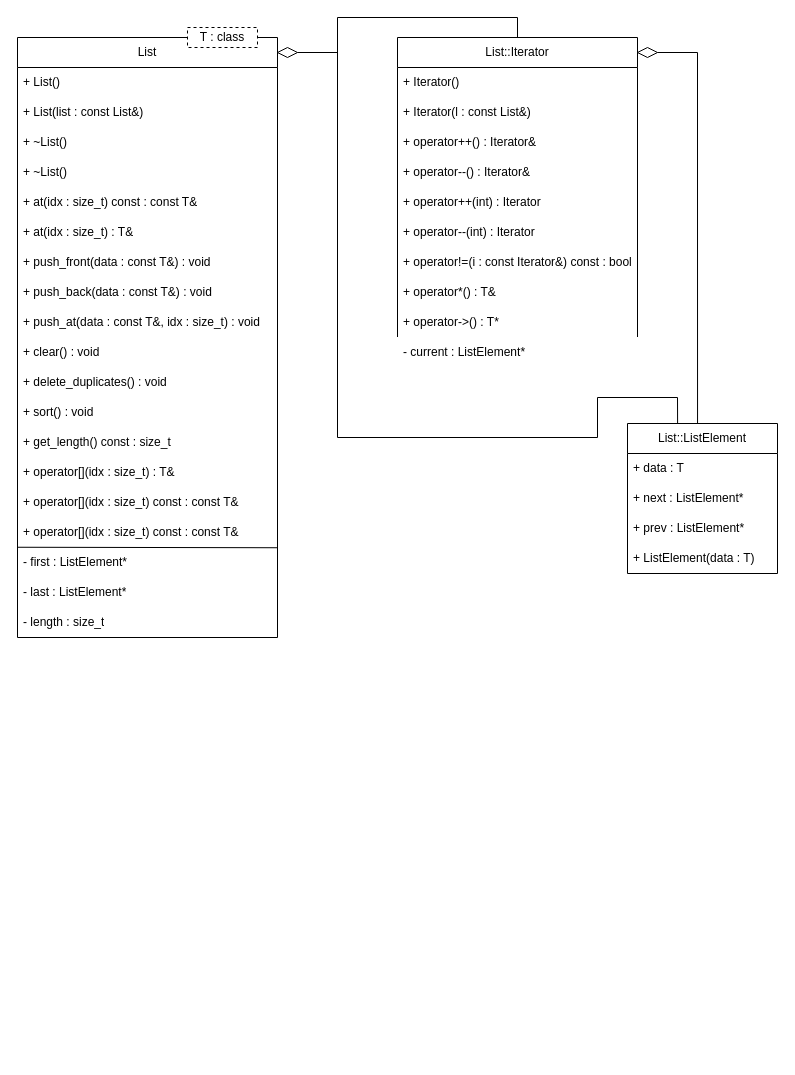
Before: Docs/Linked_List.drawio in peterzagyvai/Prog2_NHF_Generikus_Lista, a draw.io diagram. Source tidied: cells renumbered, new cells numbered last; positions are measured from the earlier drawing's top-left corner, leaving out a move shared by most shapes. Both pictures are drawn from the tidied source at 100%, with x=0, y=0 at pixel (17, 17).
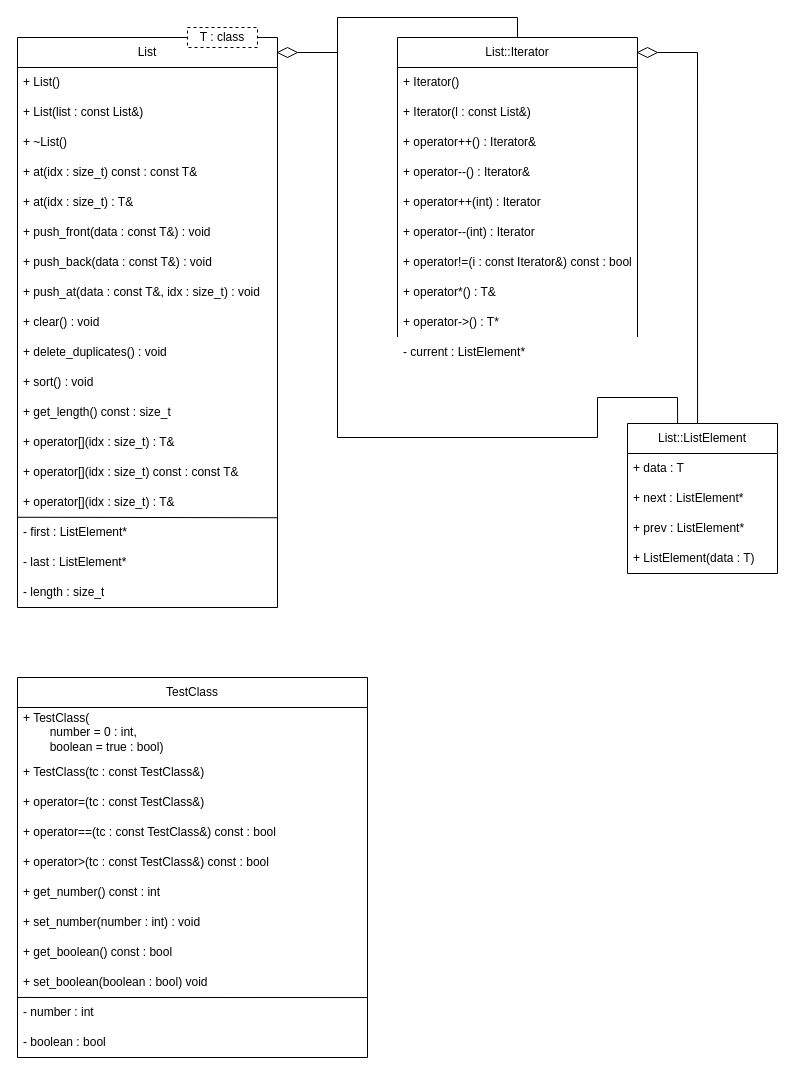
The same diagram, later.

The edit, as a diff of the source:
```diff
@@
     <mxCell id="2" value="List" style="swimlane;fontStyle=0;horizontal=1;startSize=30;whiteSpace=wrap;html=1;" parent="1" vertex="1">
-      <mxGeometry y="20" width="260" height="600" as="geometry" />
+      <mxGeometry y="20" width="260" height="570" as="geometry" />
     </mxCell>
@@
-    <mxCell id="6" value="+ ~List()" style="text;strokeColor=none;fillColor=none;align=left;verticalAlign=middle;spacingLeft=4;spacingRight=4;overflow=hidden;whiteSpace=wrap;html=1;" parent="2" vertex="1">
-      <mxGeometry y="120" width="260" height="30" as="geometry" />
-    </mxCell>
     <mxCell id="7" value="+ at(idx : size_t) const : const T&amp;amp;" style="text;strokeColor=none;fillColor=none;align=left;verticalAlign=middle;spacingLeft=4;spacingRight=4;overflow=hidden;whiteSpace=wrap;html=1;" parent="2" vertex="1">
-      <mxGeometry y="150" width="260" height="30" as="geometry" />
+      <mxGeometry y="120" width="260" height="30" as="geometry" />
     </mxCell>
     <mxCell id="8" value="+ at(idx : size_t) : T&amp;amp;" style="text;strokeColor=none;fillColor=none;align=left;verticalAlign=middle;spacingLeft=4;spacingRight=4;overflow=hidden;whiteSpace=wrap;html=1;" parent="2" vertex="1">
-      <mxGeometry y="180" width="260" height="30" as="geometry" />
+      <mxGeometry y="150" width="260" height="30" as="geometry" />
     </mxCell>
     <mxCell id="9" value="+ push_front(data : const T&amp;amp;) : void" style="text;strokeColor=none;fillColor=none;align=left;verticalAlign=middle;spacingLeft=4;spacingRight=4;overflow=hidden;whiteSpace=wrap;html=1;" parent="2" vertex="1">
-      <mxGeometry y="210" width="260" height="30" as="geometry" />
+      <mxGeometry y="180" width="260" height="30" as="geometry" />
     </mxCell>
     <mxCell id="10" value="+ push_back(data : const T&amp;amp;) : void" style="text;strokeColor=none;fillColor=none;align=left;verticalAlign=middle;spacingLeft=4;spacingRight=4;overflow=hidden;whiteSpace=wrap;html=1;" parent="2" vertex="1">
-      <mxGeometry y="240" width="260" height="30" as="geometry" />
+      <mxGeometry y="210" width="260" height="30" as="geometry" />
     </mxCell>
     <mxCell id="11" value="+ push_at(data : const T&amp;amp;, idx : size_t) : void" style="text;strokeColor=none;fillColor=none;align=left;verticalAlign=middle;spacingLeft=4;spacingRight=4;overflow=hidden;whiteSpace=wrap;html=1;" parent="2" vertex="1">
-      <mxGeometry y="270" width="260" height="30" as="geometry" />
+      <mxGeometry y="240" width="260" height="30" as="geometry" />
     </mxCell>
     <mxCell id="12" value="+ clear() : void" style="text;strokeColor=none;fillColor=none;align=left;verticalAlign=middle;spacingLeft=4;spacingRight=4;overflow=hidden;whiteSpace=wrap;html=1;" parent="2" vertex="1">
-      <mxGeometry y="300" width="260" height="30" as="geometry" />
+      <mxGeometry y="270" width="260" height="30" as="geometry" />
     </mxCell>
     <mxCell id="13" value="+ delete_duplicates() : void" style="text;strokeColor=none;fillColor=none;align=left;verticalAlign=middle;spacingLeft=4;spacingRight=4;overflow=hidden;whiteSpace=wrap;html=1;" parent="2" vertex="1">
-      <mxGeometry y="330" width="260" height="30" as="geometry" />
+      <mxGeometry y="300" width="260" height="30" as="geometry" />
     </mxCell>
     <mxCell id="14" value="+ sort() : void" style="text;strokeColor=none;fillColor=none;align=left;verticalAlign=middle;spacingLeft=4;spacingRight=4;overflow=hidden;whiteSpace=wrap;html=1;" parent="2" vertex="1">
-      <mxGeometry y="360" width="260" height="30" as="geometry" />
+      <mxGeometry y="330" width="260" height="30" as="geometry" />
     </mxCell>
     <mxCell id="15" value="+ get_length() const : size_t" style="text;strokeColor=none;fillColor=none;align=left;verticalAlign=middle;spacingLeft=4;spacingRight=4;overflow=hidden;whiteSpace=wrap;html=1;" parent="2" vertex="1">
-      <mxGeometry y="390" width="260" height="30" as="geometry" />
+      <mxGeometry y="360" width="260" height="30" as="geometry" />
     </mxCell>
     <mxCell id="16" value="+ operator[](idx : size_t) : T&amp;amp;" style="text;strokeColor=none;fillColor=none;align=left;verticalAlign=middle;spacingLeft=4;spacingRight=4;overflow=hidden;whiteSpace=wrap;html=1;" parent="2" vertex="1">
-      <mxGeometry y="420" width="260" height="30" as="geometry" />
+      <mxGeometry y="390" width="260" height="30" as="geometry" />
     </mxCell>
     <mxCell id="17" value="+ operator[](idx : size_t) const : const T&amp;amp;" style="text;strokeColor=none;fillColor=none;align=left;verticalAlign=middle;spacingLeft=4;spacingRight=4;overflow=hidden;whiteSpace=wrap;html=1;" parent="2" vertex="1">
-      <mxGeometry y="450" width="260" height="30" as="geometry" />
+      <mxGeometry y="420" width="260" height="30" as="geometry" />
     </mxCell>
-    <mxCell id="18" value="+ operator[](idx : size_t) const : const T&amp;amp;" style="text;strokeColor=none;fillColor=none;align=left;verticalAlign=middle;spacingLeft=4;spacingRight=4;overflow=hidden;points=[[0,0.5],[1,0.5]];portConstraint=eastwest;whiteSpace=wrap;html=1;" parent="2" vertex="1">
-      <mxGeometry y="480" width="260" height="30" as="geometry" />
+    <mxCell id="18" value="+ operator[](idx : size_t) : T&amp;amp;" style="text;strokeColor=none;fillColor=none;align=left;verticalAlign=middle;spacingLeft=4;spacingRight=4;overflow=hidden;points=[[0,0.5],[1,0.5]];portConstraint=eastwest;whiteSpace=wrap;html=1;" parent="2" vertex="1">
+      <mxGeometry y="450" width="260" height="30" as="geometry" />
     </mxCell>
@@
     <mxCell id="20" value="- first : ListElement*" style="text;strokeColor=none;fillColor=none;align=left;verticalAlign=middle;spacingLeft=4;spacingRight=4;overflow=hidden;points=[[0,0.5],[1,0.5]];portConstraint=eastwest;whiteSpace=wrap;html=1;" parent="2" vertex="1">
-      <mxGeometry y="510" width="260" height="30" as="geometry" />
+      <mxGeometry y="480" width="260" height="30" as="geometry" />
     </mxCell>
     <mxCell id="21" value="- last : ListElement*" style="text;strokeColor=none;fillColor=none;align=left;verticalAlign=middle;spacingLeft=4;spacingRight=4;overflow=hidden;whiteSpace=wrap;html=1;" parent="2" vertex="1">
-      <mxGeometry y="540" width="260" height="30" as="geometry" />
+      <mxGeometry y="510" width="260" height="30" as="geometry" />
     </mxCell>
     <mxCell id="22" value="- length : size_t" style="text;strokeColor=none;fillColor=none;align=left;verticalAlign=middle;spacingLeft=4;spacingRight=4;overflow=hidden;whiteSpace=wrap;html=1;" parent="2" vertex="1">
-      <mxGeometry y="570" width="260" height="30" as="geometry" />
+      <mxGeometry y="540" width="260" height="30" as="geometry" />
     </mxCell>
@@
+    <mxCell id="45" value="TestClass" style="swimlane;fontStyle=0;horizontal=1;startSize=30;whiteSpace=wrap;html=1;" parent="1" vertex="1">
+      <mxGeometry y="660" width="350" height="380" as="geometry" />
+    </mxCell>
+    <mxCell id="46" value="+ TestClass(&lt;div&gt;&lt;span style=&quot;white-space: pre;&quot;&gt;&#9;&lt;/span&gt;number = 0 : int,&lt;/div&gt;&lt;div&gt;&lt;span style=&quot;white-space: pre;&quot;&gt;&#9;&lt;/span&gt;boolean = true : bool&lt;span style=&quot;background-color: initial;&quot;&gt;)&lt;/span&gt;&lt;/div&gt;" style="text;strokeColor=none;fillColor=none;align=left;verticalAlign=middle;spacingLeft=4;spacingRight=4;overflow=hidden;whiteSpace=wrap;html=1;" parent="45" vertex="1">
+      <mxGeometry y="30" width="350" height="50" as="geometry" />
+    </mxCell>
+    <mxCell id="47" value="+ TestClass(tc : const TestClass&amp;amp;)" style="text;strokeColor=none;fillColor=none;align=left;verticalAlign=middle;spacingLeft=4;spacingRight=4;overflow=hidden;whiteSpace=wrap;html=1;" parent="45" vertex="1">
+      <mxGeometry y="80" width="350" height="30" as="geometry" />
+    </mxCell>
+    <mxCell id="48" value="+ operator=(tc : const TestClass&amp;amp;)" style="text;strokeColor=none;fillColor=none;align=left;verticalAlign=middle;spacingLeft=4;spacingRight=4;overflow=hidden;whiteSpace=wrap;html=1;" parent="45" vertex="1">
+      <mxGeometry y="110" width="350" height="30" as="geometry" />
+    </mxCell>
+    <mxCell id="49" value="+ operator==(tc : const TestClass&amp;amp;) const : bool" style="text;strokeColor=none;fillColor=none;align=left;verticalAlign=middle;spacingLeft=4;spacingRight=4;overflow=hidden;whiteSpace=wrap;html=1;" parent="45" vertex="1">
+      <mxGeometry y="140" width="350" height="30" as="geometry" />
+    </mxCell>
+    <mxCell id="50" value="+ operator&amp;gt;(tc : const TestClass&amp;amp;) const : bool" style="text;strokeColor=none;fillColor=none;align=left;verticalAlign=middle;spacingLeft=4;spacingRight=4;overflow=hidden;whiteSpace=wrap;html=1;" parent="45" vertex="1">
+      <mxGeometry y="170" width="350" height="30" as="geometry" />
+    </mxCell>
+    <mxCell id="51" value="+ get_number() const : int" style="text;strokeColor=none;fillColor=none;align=left;verticalAlign=middle;spacingLeft=4;spacingRight=4;overflow=hidden;whiteSpace=wrap;html=1;" parent="45" vertex="1">
+      <mxGeometry y="200" width="350" height="30" as="geometry" />
+    </mxCell>
+    <mxCell id="52" value="+ set_number(number : int) : void" style="text;strokeColor=none;fillColor=none;align=left;verticalAlign=middle;spacingLeft=4;spacingRight=4;overflow=hidden;whiteSpace=wrap;html=1;" parent="45" vertex="1">
+      <mxGeometry y="230" width="350" height="30" as="geometry" />
+    </mxCell>
+    <mxCell id="53" value="+ get_boolean() const : bool" style="text;strokeColor=none;fillColor=none;align=left;verticalAlign=middle;spacingLeft=4;spacingRight=4;overflow=hidden;whiteSpace=wrap;html=1;" parent="45" vertex="1">
+      <mxGeometry y="260" width="350" height="30" as="geometry" />
+    </mxCell>
+    <mxCell id="54" value="+ set_boolean(boolean : bool) void" style="text;strokeColor=none;fillColor=none;align=left;verticalAlign=middle;spacingLeft=4;spacingRight=4;overflow=hidden;whiteSpace=wrap;html=1;" parent="45" vertex="1">
+      <mxGeometry y="290" width="350" height="30" as="geometry" />
+    </mxCell>
+    <mxCell id="55" value="- number : int" style="text;strokeColor=none;fillColor=none;align=left;verticalAlign=middle;spacingLeft=4;spacingRight=4;overflow=hidden;points=[[0,0.5],[1,0.5]];portConstraint=eastwest;whiteSpace=wrap;html=1;" parent="45" vertex="1">
+      <mxGeometry y="320" width="350" height="30" as="geometry" />
+    </mxCell>
+    <mxCell id="56" value="- boolean : bool" style="text;strokeColor=none;fillColor=none;align=left;verticalAlign=middle;spacingLeft=4;spacingRight=4;overflow=hidden;whiteSpace=wrap;html=1;" parent="45" vertex="1">
+      <mxGeometry y="350" width="350" height="30" as="geometry" />
+    </mxCell>
+    <mxCell id="57" style="endArrow=none;html=1;rounded=0;exitX=0;exitY=-0.001;exitDx=0;exitDy=0;exitPerimeter=0;entryX=1.001;entryY=0.002;entryDx=0;entryDy=0;entryPerimeter=0;" parent="45" edge="1" source="55" target="55">
+      <mxGeometry relative="1" as="geometry" />
+    </mxCell>
```
